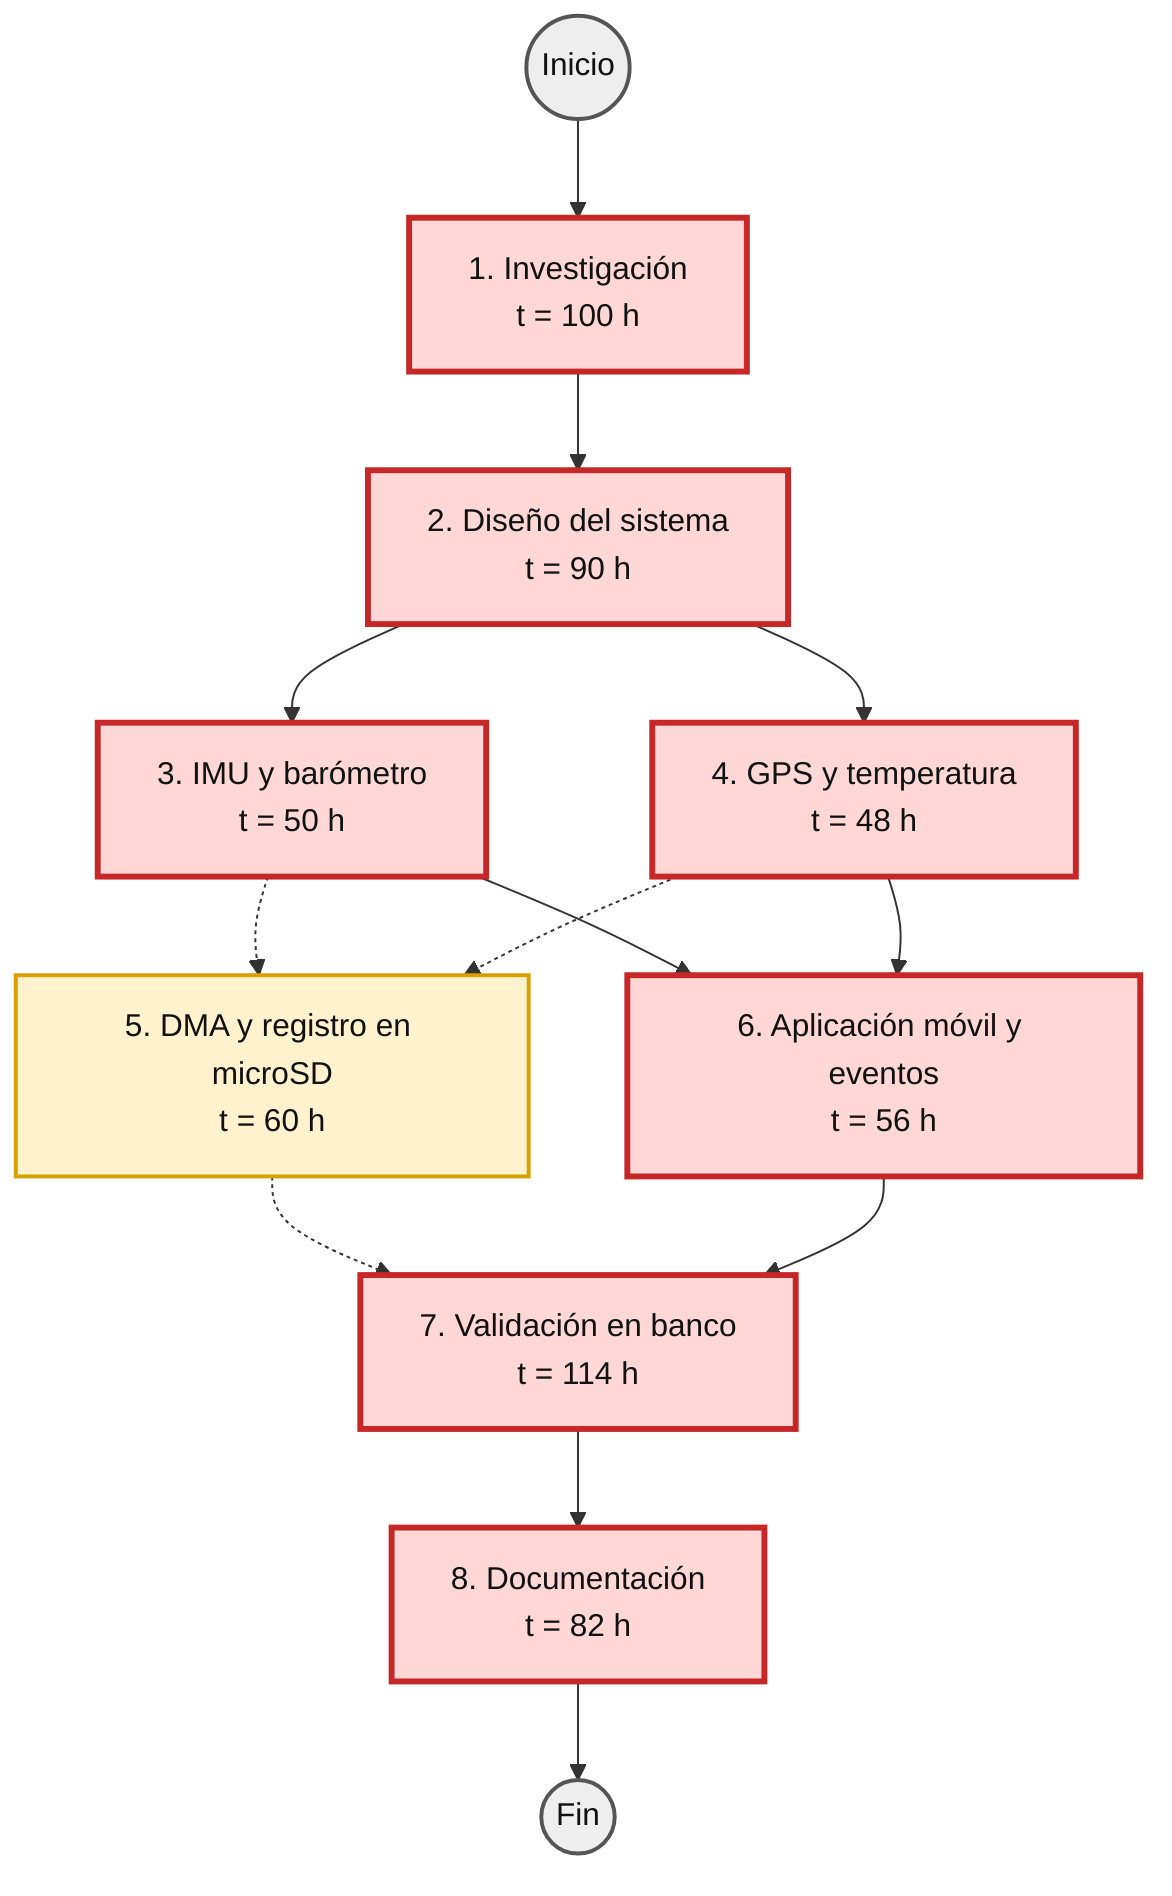
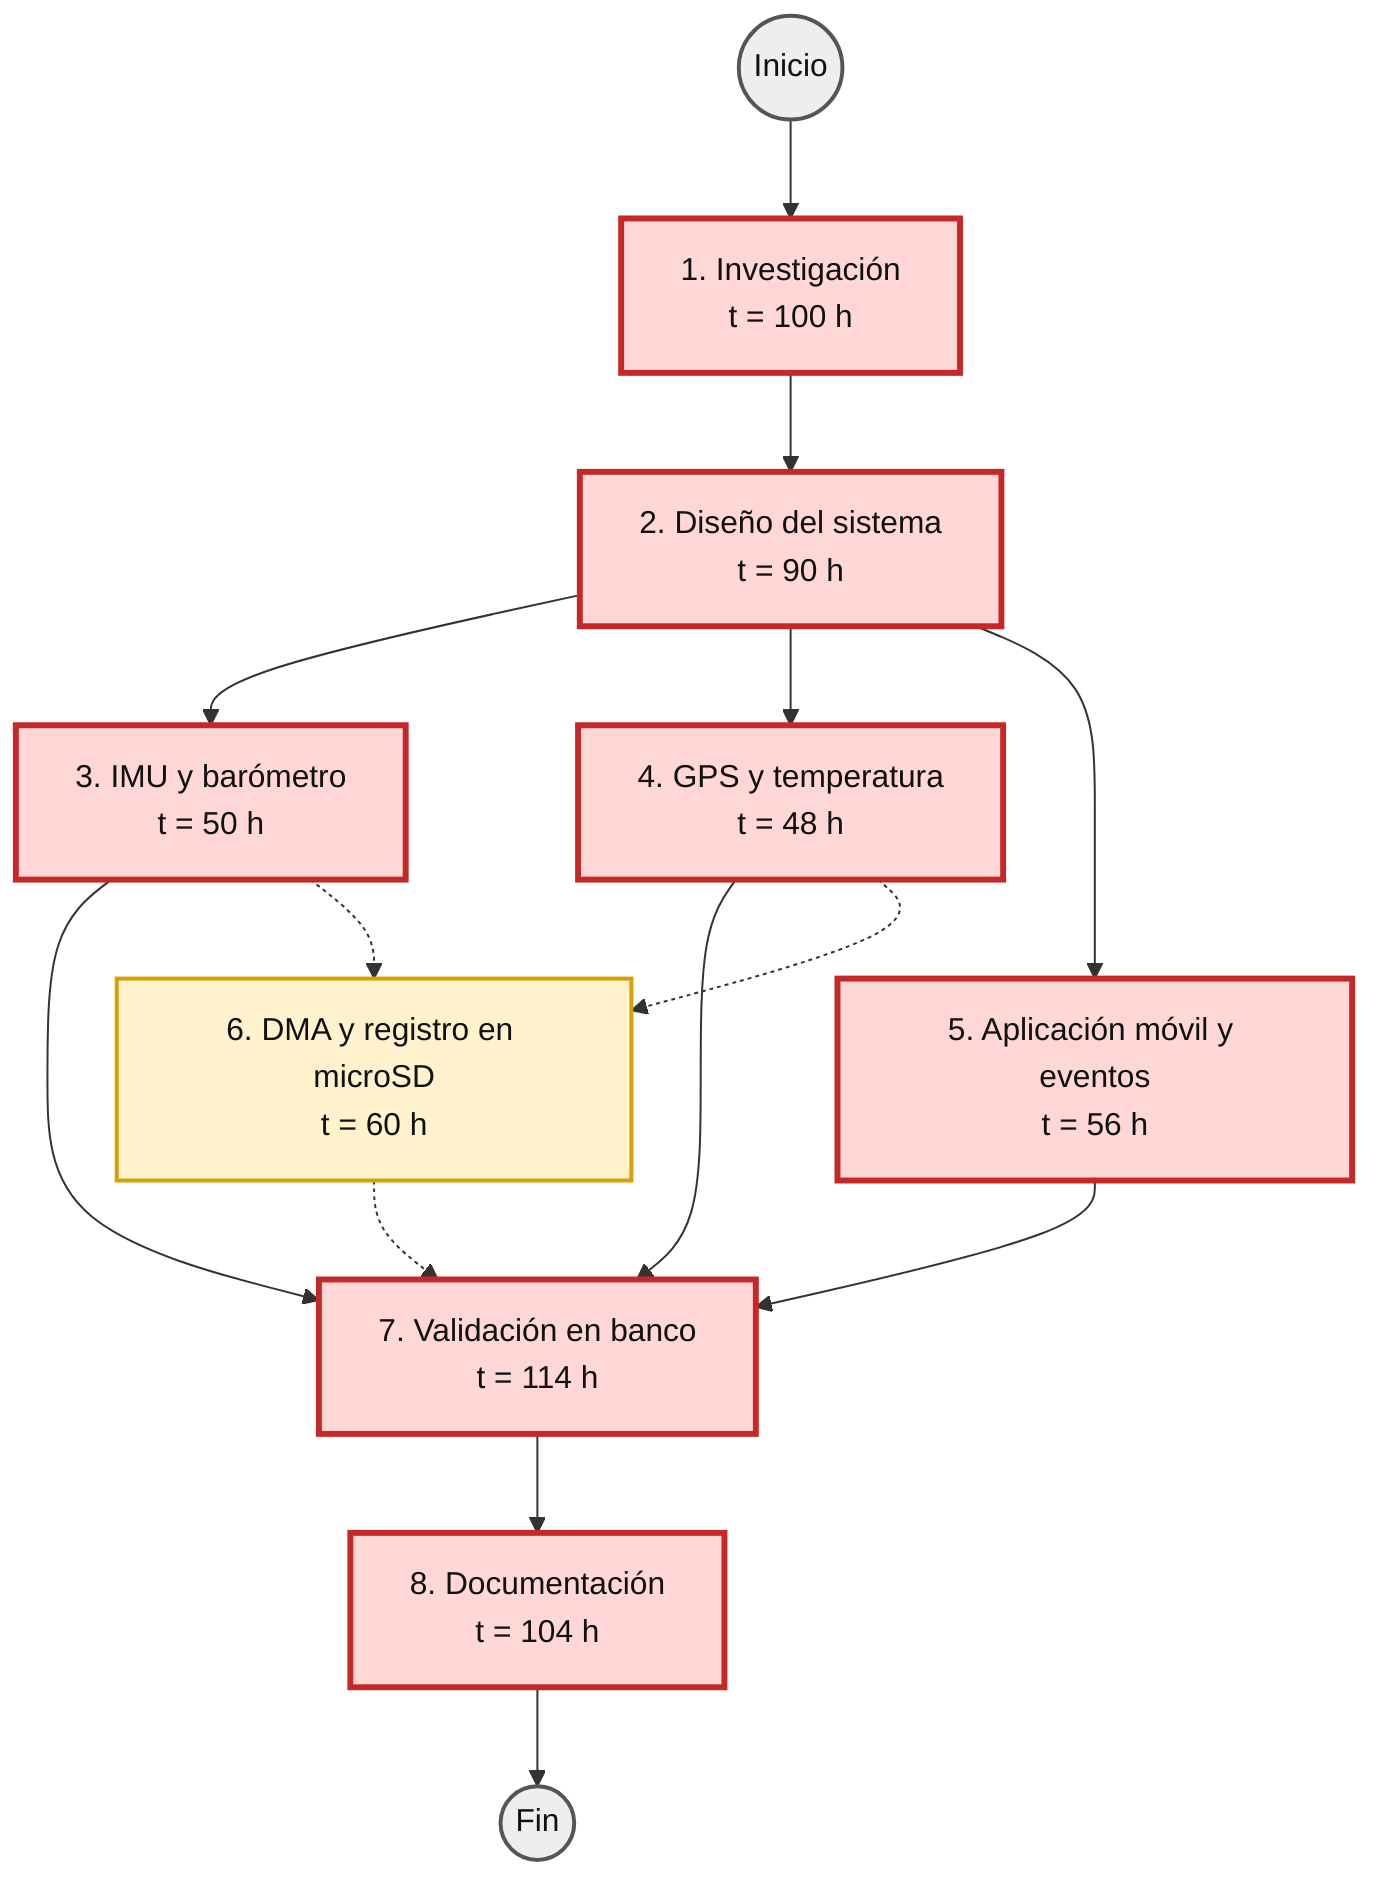
flowchart TD
    INI((Inicio))

    INV["1. Investigación<br/>t = 100 h"]
    DIS["2. Diseño del sistema<br/>t = 90 h"]

    IMU_BAR["3. IMU y barómetro<br/>t = 50 h"]
    GPS_TEMP["4. GPS y temperatura<br/>t = 48 h"]
+     APP["5. Aplicación móvil y eventos<br/>t = 56 h"]

-     DMA_SD["5. DMA y registro en microSD<br/>t = 60 h"]
-     APP["6. Aplicación móvil y eventos<br/>t = 56 h"]
+     DMA_SD["6. DMA y registro en microSD<br/>t = 60 h"]
    VAL["7. Validación en banco<br/>t = 114 h"]
-     DOC["8. Documentación<br/>t = 82 h"]
+     DOC["8. Documentación<br/>t = 104 h"]

    FIN((Fin))

    INI --> INV --> DIS

-     DIS --> IMU_BAR --> APP
-     DIS --> GPS_TEMP --> APP
+     DIS --> IMU_BAR --> VAL
+     DIS --> GPS_TEMP --> VAL
+     DIS --> APP --> VAL

    IMU_BAR -.-> DMA_SD
    GPS_TEMP -.-> DMA_SD
    DMA_SD -.-> VAL

-     APP --> VAL --> DOC --> FIN
+     VAL --> DOC --> FIN

    classDef critical fill:#ffd7d7,stroke:#c62828,stroke-width:3px,color:#111;
    classDef semicritical fill:#fff2cc,stroke:#d6a100,stroke-width:2px,color:#111;
    classDef terminal fill:#eeeeee,stroke:#555,stroke-width:2px,color:#111;

    class INV,DIS,IMU_BAR,GPS_TEMP,APP,VAL,DOC critical;
    class DMA_SD semicritical;
    class INI,FIN terminal;
